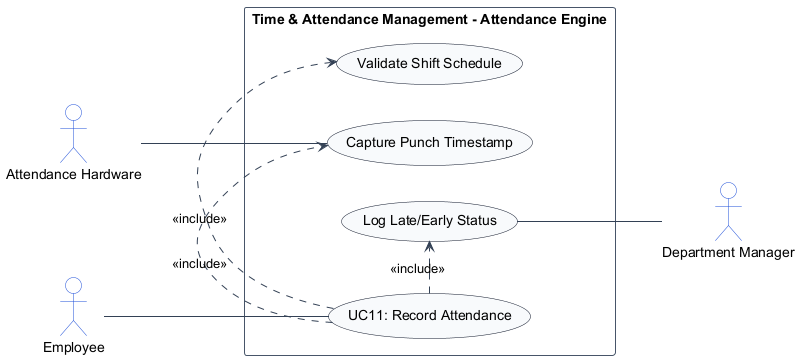
Before: usecase_images/module_02_time_attendance/UC11.png, a diagram exported from PlantUML (TamBui1706/HRPlatform). Its diagram source:
```plantuml
@startuml
left to right direction
skinparam shadowing false
skinparam packageStyle rectangle
skinparam actorStyle stickman

skinparam ArrowColor #334155
skinparam ActorBorderColor #1d4ed8
skinparam ActorBackgroundColor #ffffff
skinparam UsecaseBorderColor #0f172a
skinparam UsecaseBackgroundColor #f8fafc
skinparam RectangleBorderColor #475569
skinparam RectangleBackgroundColor #ffffff

actor "Employee" as Employee
actor "Attendance Hardware" as AttendanceHardware
actor "Department Manager" as DepartmentManager

rectangle "Time & Attendance Management - Attendance Engine" {
    usecase "UC11: Record Attendance" as UC_Main
    usecase "Capture Punch Timestamp" as UC_Punch
    usecase "Validate Shift Schedule" as UC_CheckShift
    usecase "Log Late/Early Status" as UC_LogLate

    Employee -- UC_Main
    AttendanceHardware -- UC_Punch
    UC_Main .> UC_Punch : <<include>>
    UC_Main .> UC_CheckShift : <<include>>
    UC_Main .> UC_LogLate : <<include>>
    UC_LogLate -- DepartmentManager
}
@enduml
```
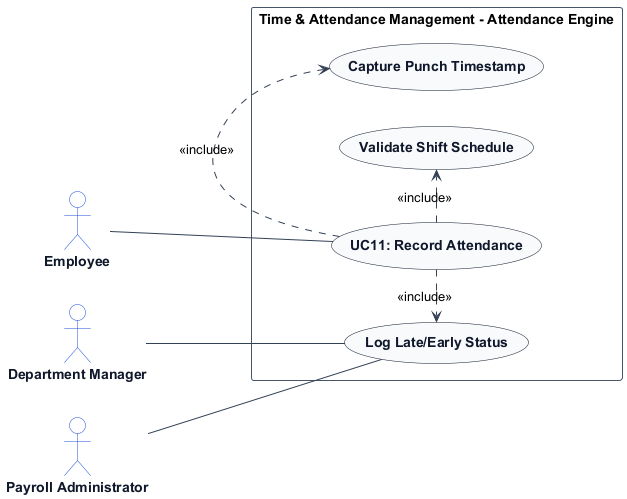
The same diagram one commit later.

The edit, as a diff of the source:
```diff
@@ -7,14 +7,20 @@
 skinparam ArrowColor #334155
 skinparam ActorBorderColor #1d4ed8
 skinparam ActorBackgroundColor #ffffff
+skinparam ActorFontColor #0f172a
+skinparam ActorFontStyle bold
+
 skinparam UsecaseBorderColor #0f172a
 skinparam UsecaseBackgroundColor #f8fafc
+skinparam UsecaseFontColor #0f172a
+skinparam UsecaseFontStyle bold
+
 skinparam RectangleBorderColor #475569
 skinparam RectangleBackgroundColor #ffffff
 
 actor "Employee" as Employee
-actor "Attendance Hardware" as AttendanceHardware
 actor "Department Manager" as DepartmentManager
+actor "Payroll Administrator" as PayrollAdministrator
 
 rectangle "Time & Attendance Management - Attendance Engine" {
     usecase "UC11: Record Attendance" as UC_Main
@@ -23,10 +29,10 @@
     usecase "Log Late/Early Status" as UC_LogLate
 
     Employee -- UC_Main
-    AttendanceHardware -- UC_Punch
+    DepartmentManager -- UC_LogLate
+    PayrollAdministrator -- UC_LogLate
     UC_Main .> UC_Punch : <<include>>
     UC_Main .> UC_CheckShift : <<include>>
     UC_Main .> UC_LogLate : <<include>>
-    UC_LogLate -- DepartmentManager
 }
 @enduml
```
